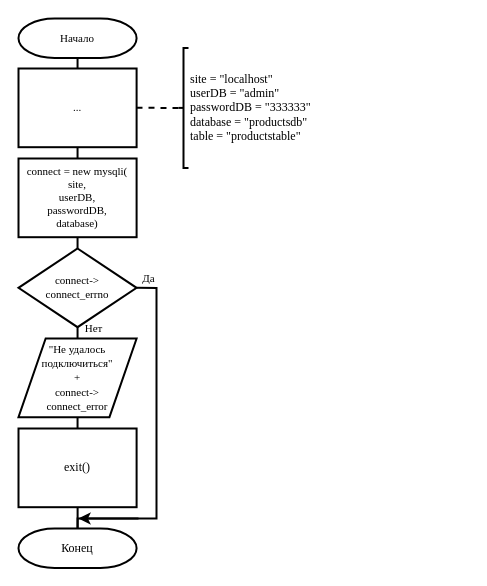
BrSTU-PO4-190333/3sem_coursework keeps this draw.io diagram as src/_includesPHP/connect/connect.drawio. Above is the earlier version. Source tidied: cells renumbered, new cells numbered last; positions are measured from the earlier drawing's top-left corner, leaving out a move shared by most shapes. Both pictures are drawn from the tidied source at 100%, with x=0, y=0 at pixel (18, 18).
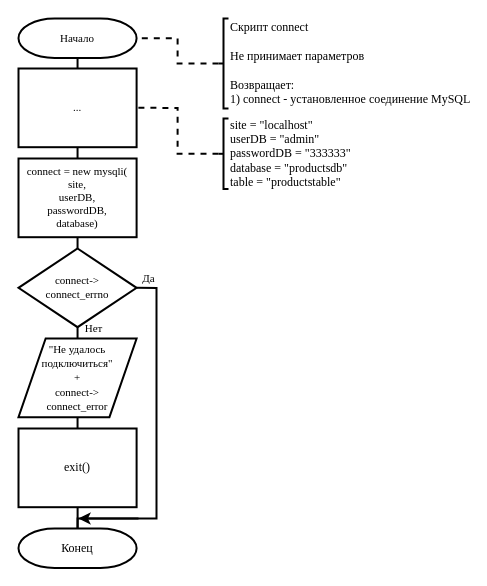
The same page after the edit.

Commit message (it also covers changes not shown here):
update module connect

The change refers to these unchanged cells:
```xml
<mxCell id="3" value="Начало" style="strokeWidth=2;html=1;shape=mxgraph.flowchart.terminator;whiteSpace=wrap;rounded=0;fontFamily=Times New Roman;fontSize=11;" parent="1" vertex="1">
  <mxGeometry width="118.1" height="39.4" as="geometry" />
</mxCell>
```

What changed in the source:
```diff
@@
     <mxCell id="19" value="&lt;div&gt;site = &quot;localhost&quot;&lt;/div&gt;&lt;div&gt;userDB = &quot;admin&quot;&lt;/div&gt;&lt;div&gt;passwordDB = &quot;333333&quot;&lt;/div&gt;&lt;div&gt;&lt;span&gt;database = &quot;productsdb&quot;&lt;/span&gt;&lt;br&gt;&lt;/div&gt;&lt;div&gt;table = &quot;productstable&quot;&lt;/div&gt;" style="strokeWidth=2;html=1;shape=mxgraph.flowchart.annotation_2;align=left;labelPosition=right;rounded=0;fontFamily=Times New Roman;" parent="1" vertex="1">
-      <mxGeometry x="160" y="29.4" width="10" height="120" as="geometry" />
+      <mxGeometry x="200" y="100" width="10" height="70.6" as="geometry" />
     </mxCell>
@@
+    <mxCell id="22" style="edgeStyle=orthogonalEdgeStyle;rounded=0;jettySize=auto;html=1;exitX=0;exitY=0.5;exitDx=0;exitDy=0;exitPerimeter=0;entryX=1;entryY=0.5;entryDx=0;entryDy=0;entryPerimeter=0;strokeWidth=2;dashed=1;endArrow=none;endFill=0;" parent="1" edge="1" source="23" target="3">
+      <mxGeometry relative="1" as="geometry" />
+    </mxCell>
+    <mxCell id="23" value="Скрипт connect&lt;br&gt;&lt;br&gt;Не принимает параметров&lt;br&gt;&lt;br&gt;Возвращает:&lt;br&gt;1) connect - установленное соединение MySQL" style="strokeWidth=2;html=1;shape=mxgraph.flowchart.annotation_2;align=left;labelPosition=right;rounded=0;fontFamily=Times New Roman;" parent="1" vertex="1">
+      <mxGeometry x="200" width="10" height="90" as="geometry" />
+    </mxCell>
```
